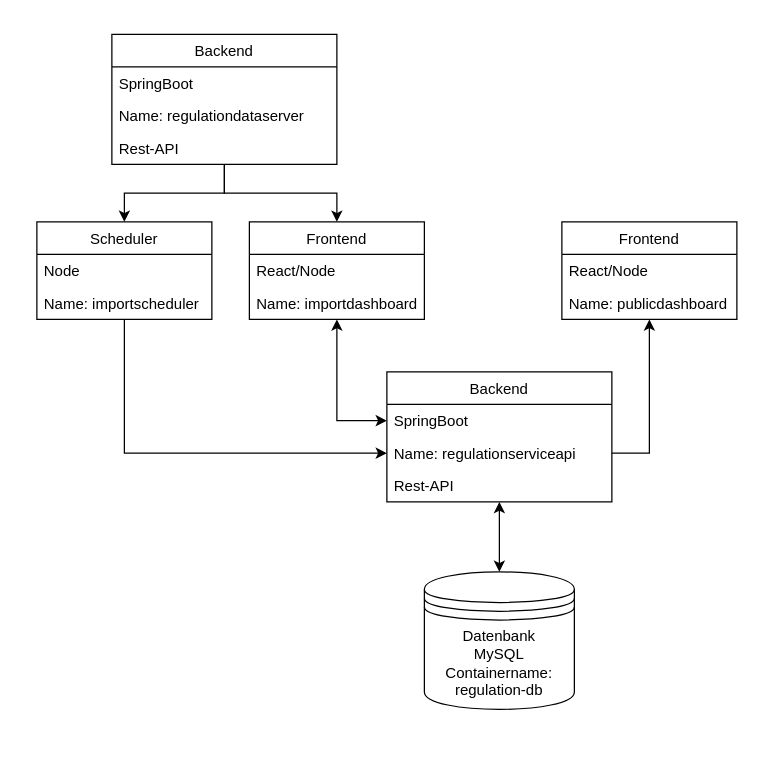
Above: Untitled Diagram.drawio in sefose/corona_rules (draw.io), before the change. Source tidied: cells renumbered, new cells numbered last; positions are measured from the earlier drawing's top-left corner, leaving out a move shared by most shapes. Both pictures are drawn from the tidied source at 125%, with x=0, y=0 at pixel (36, 34).
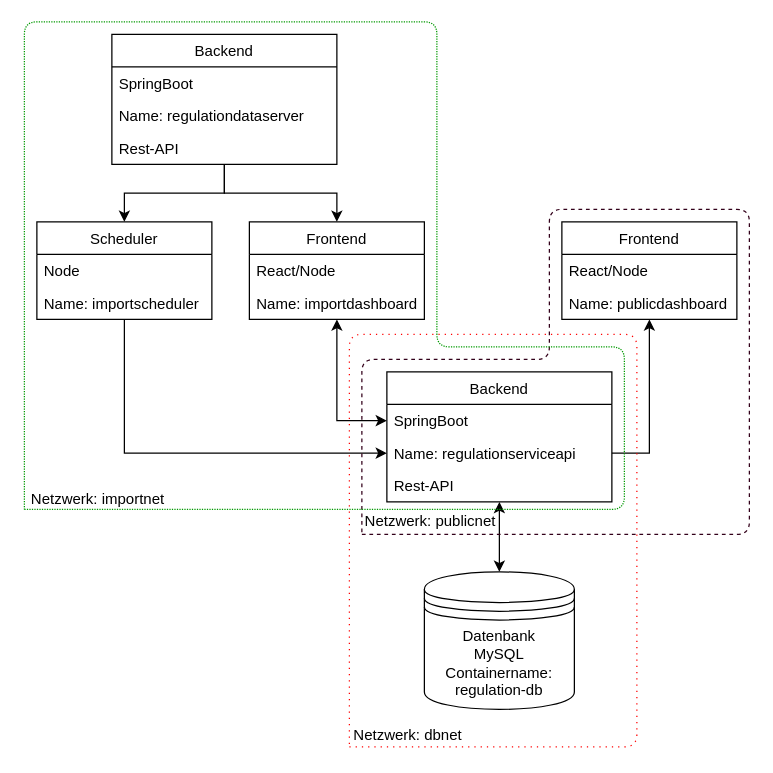
Above is the later version.

Diff of the diagram source:
```diff
@@
+    <mxCell id="26" style="endArrow=none;dashed=1;html=1;strokeColor=#FF0000;dashPattern=1 4;" parent="1" edge="1">
+      <mxGeometry relative="1" as="geometry">
+        <mxPoint x="250" y="570" as="sourcePoint" />
+        <mxPoint x="250" y="570" as="targetPoint" />
+        <Array as="points">
+          <mxPoint x="480" y="570" />
+          <mxPoint x="480" y="240" />
+          <mxPoint x="250" y="240" />
+        </Array>
+      </mxGeometry>
+    </mxCell>
+    <mxCell id="27" style="endArrow=none;dashed=1;html=1;strokeColor=#33001A;" parent="1" edge="1">
+      <mxGeometry relative="1" as="geometry">
+        <mxPoint x="260" y="400" as="sourcePoint" />
+        <mxPoint x="260" y="400" as="targetPoint" />
+        <Array as="points">
+          <mxPoint x="570" y="400" />
+          <mxPoint x="570" y="140" />
+          <mxPoint x="410" y="140" />
+          <mxPoint x="410" y="260" />
+          <mxPoint x="260" y="260" />
+        </Array>
+      </mxGeometry>
+    </mxCell>
+    <mxCell id="28" value="Netzwerk: dbnet" style="text;html=1;strokeColor=none;fillColor=none;align=center;verticalAlign=middle;whiteSpace=wrap;rounded=0;" parent="1" vertex="1">
+      <mxGeometry x="247" y="548" width="100" height="25" as="geometry" />
+    </mxCell>
+    <mxCell id="29" value="Netzwerk: publicnet" style="text;html=1;strokeColor=none;fillColor=none;align=center;verticalAlign=middle;whiteSpace=wrap;rounded=0;" parent="1" vertex="1">
+      <mxGeometry x="260" y="377" width="110" height="25" as="geometry" />
+    </mxCell>
+    <mxCell id="30" style="endArrow=none;dashed=1;html=1;strokeColor=#009900;dashPattern=1 1;" parent="1" edge="1">
+      <mxGeometry relative="1" as="geometry">
+        <mxPoint x="-10" y="380" as="sourcePoint" />
+        <mxPoint x="-10" y="380" as="targetPoint" />
+        <Array as="points">
+          <mxPoint x="470" y="380" />
+          <mxPoint x="470" y="250" />
+          <mxPoint x="320" y="250" />
+          <mxPoint x="320" y="-10" />
+          <mxPoint x="-10" y="-10" />
+        </Array>
+      </mxGeometry>
+    </mxCell>
+    <mxCell id="31" value="Netzwerk: importnet" style="text;html=1;strokeColor=none;fillColor=none;align=center;verticalAlign=middle;whiteSpace=wrap;rounded=0;" parent="1" vertex="1">
+      <mxGeometry x="-12" y="359" width="122" height="25" as="geometry" />
+    </mxCell>
```
